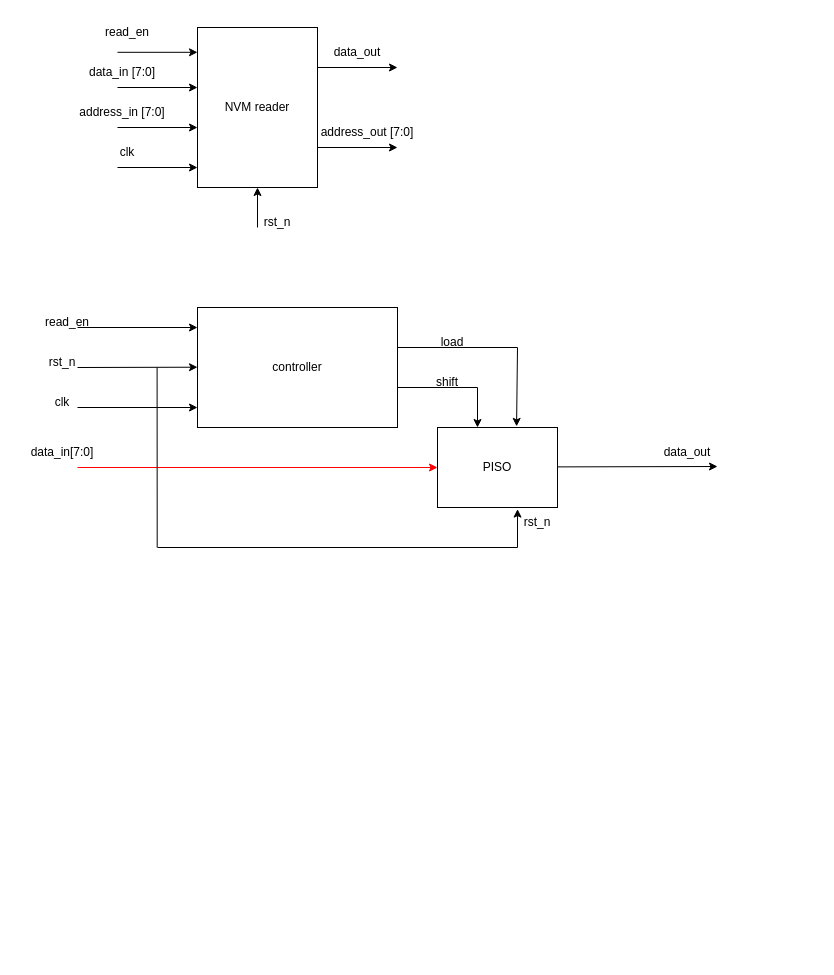
This is NVM.drawio from 106210049/NVM-reader, a draw.io file, before an edit. Source tidied: cells renumbered, new cells numbered last; positions are measured from the earlier drawing's top-left corner, leaving out a move shared by most shapes. Both pictures are drawn from the tidied source at 100%, with x=0, y=0 at pixel (17, 17).
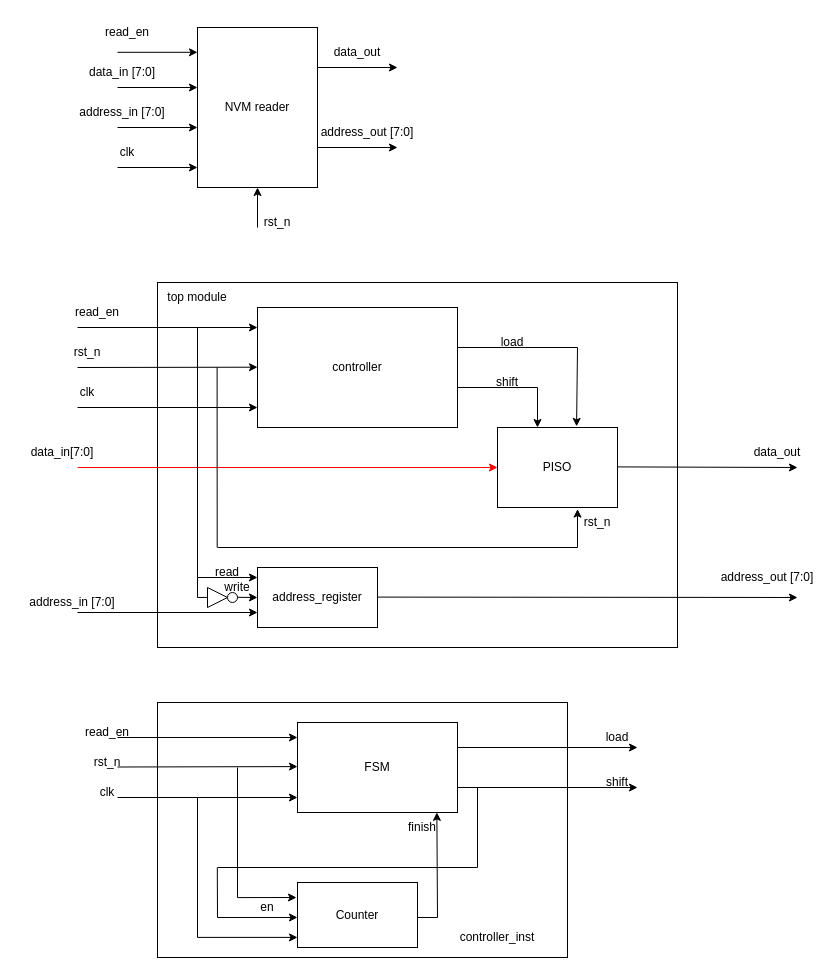
The same page after the edit.

What changed in the source:
```diff
@@
+    <mxCell id="39" style="rounded=0;whiteSpace=wrap;html=1;" parent="1" vertex="1">
+      <mxGeometry x="140" y="685" width="410" height="255" as="geometry" />
+    </mxCell>
+    <mxCell id="40" style="rounded=0;whiteSpace=wrap;html=1;" parent="1" vertex="1">
+      <mxGeometry x="140" y="265" width="520" height="365" as="geometry" />
+    </mxCell>
@@
     <mxCell id="15" value="controller" style="rounded=0;whiteSpace=wrap;html=1;" parent="1" vertex="1">
-      <mxGeometry x="180" y="290" width="200" height="120" as="geometry" />
+      <mxGeometry x="240" y="290" width="200" height="120" as="geometry" />
     </mxCell>
     <mxCell id="16" value="PISO" style="rounded=0;whiteSpace=wrap;html=1;" parent="1" vertex="1">
-      <mxGeometry x="420" y="410" width="120" height="80" as="geometry" />
+      <mxGeometry x="480" y="410" width="120" height="80" as="geometry" />
     </mxCell>
     <mxCell id="17" style="endArrow=classic;html=1;rounded=0;" parent="1" edge="1">
       <mxGeometry relative="1" as="geometry">
         <mxPoint x="60" y="390" as="sourcePoint" />
-        <mxPoint x="180" y="390" as="targetPoint" />
+        <mxPoint x="240" y="390" as="targetPoint" />
       </mxGeometry>
     </mxCell>
     <mxCell id="18" value="clk" style="text;strokeColor=none;align=center;fillColor=none;html=1;verticalAlign=middle;whiteSpace=wrap;rounded=0;" parent="1" vertex="1">
-      <mxGeometry x="15" y="370" width="60" height="30" as="geometry" />
+      <mxGeometry x="40" y="360" width="60" height="30" as="geometry" />
     </mxCell>
     <mxCell id="19" value="read_en" style="text;strokeColor=none;align=center;fillColor=none;html=1;verticalAlign=middle;whiteSpace=wrap;rounded=0;" parent="1" vertex="1">
-      <mxGeometry x="20" y="290" width="60" height="30" as="geometry" />
+      <mxGeometry x="50" y="280" width="60" height="30" as="geometry" />
     </mxCell>
     <mxCell id="20" style="endArrow=classic;html=1;rounded=0;" parent="1" edge="1">
       <mxGeometry relative="1" as="geometry">
         <mxPoint x="60" y="310" as="sourcePoint" />
-        <mxPoint x="180" y="310" as="targetPoint" />
+        <mxPoint x="240" y="310" as="targetPoint" />
       </mxGeometry>
     </mxCell>
@@
     <mxCell id="23" style="endArrow=classic;html=1;rounded=0;" parent="1" edge="1">
       <mxGeometry relative="1" as="geometry">
         <mxPoint x="60" y="350" as="sourcePoint" />
-        <mxPoint x="180" y="349.7" as="targetPoint" />
+        <mxPoint x="240" y="349.7" as="targetPoint" />
       </mxGeometry>
     </mxCell>
     <mxCell id="24" value="rst_n" style="text;strokeColor=none;align=center;fillColor=none;html=1;verticalAlign=middle;whiteSpace=wrap;rounded=0;" parent="1" vertex="1">
-      <mxGeometry x="15" y="330" width="60" height="30" as="geometry" />
+      <mxGeometry x="40" y="320" width="60" height="30" as="geometry" />
     </mxCell>
@@
     <mxCell id="27" style="endArrow=classic;html=1;rounded=0;" parent="1" edge="1">
       <mxGeometry relative="1" as="geometry">
-        <mxPoint x="540" y="449.4" as="sourcePoint" />
-        <mxPoint x="700" y="449" as="targetPoint" />
+        <mxPoint x="600" y="449.4" as="sourcePoint" />
+        <mxPoint x="780" y="450" as="targetPoint" />
       </mxGeometry>
     </mxCell>
     <mxCell id="28" value="data_out" style="text;strokeColor=none;align=center;fillColor=none;html=1;verticalAlign=middle;whiteSpace=wrap;rounded=0;" parent="1" vertex="1">
-      <mxGeometry x="640" y="420" width="60" height="30" as="geometry" />
+      <mxGeometry x="730" y="420" width="60" height="30" as="geometry" />
     </mxCell>
     <mxCell id="29" style="endArrow=none;html=1;rounded=0;" parent="1" edge="1">
       <mxGeometry relative="1" as="geometry">
-        <mxPoint x="380" y="370" as="sourcePoint" />
-        <mxPoint x="460" y="370" as="targetPoint" />
+        <mxPoint x="440" y="370" as="sourcePoint" />
+        <mxPoint x="520" y="370" as="targetPoint" />
       </mxGeometry>
     </mxCell>
     <mxCell id="30" style="endArrow=classic;html=1;rounded=0;" parent="1" edge="1">
       <mxGeometry relative="1" as="geometry">
-        <mxPoint x="460" y="370" as="sourcePoint" />
-        <mxPoint x="460" y="410" as="targetPoint" />
+        <mxPoint x="520" y="370" as="sourcePoint" />
+        <mxPoint x="520" y="410" as="targetPoint" />
       </mxGeometry>
     </mxCell>
     <mxCell id="31" value="shift" style="text;strokeColor=none;align=center;fillColor=none;html=1;verticalAlign=middle;whiteSpace=wrap;rounded=0;" parent="1" vertex="1">
-      <mxGeometry x="400" y="350" width="60" height="30" as="geometry" />
+      <mxGeometry x="460" y="350" width="60" height="30" as="geometry" />
     </mxCell>
     <mxCell id="32" style="endArrow=none;html=1;rounded=0;" parent="1" edge="1">
       <mxGeometry relative="1" as="geometry">
-        <mxPoint x="380" y="330" as="sourcePoint" />
-        <mxPoint x="500" y="330" as="targetPoint" />
+        <mxPoint x="440" y="330" as="sourcePoint" />
+        <mxPoint x="560" y="330" as="targetPoint" />
       </mxGeometry>
     </mxCell>
     <mxCell id="33" style="endArrow=classic;html=1;rounded=0;entryX=0.659;entryY=-0.014;entryDx=0;entryDy=0;entryPerimeter=0;" parent="1" edge="1" target="16">
       <mxGeometry relative="1" as="geometry">
-        <mxPoint x="500" y="330" as="sourcePoint" />
+        <mxPoint x="560" y="330" as="sourcePoint" />
       </mxGeometry>
     </mxCell>
     <mxCell id="34" value="load" style="text;strokeColor=none;align=center;fillColor=none;html=1;verticalAlign=middle;whiteSpace=wrap;rounded=0;" parent="1" vertex="1">
-      <mxGeometry x="405" y="310" width="60" height="30" as="geometry" />
+      <mxGeometry x="465" y="310" width="60" height="30" as="geometry" />
     </mxCell>
     <mxCell id="35" style="endArrow=none;html=1;rounded=0;" parent="1" edge="1">
       <mxGeometry relative="1" as="geometry">
-        <mxPoint x="139.7" y="530" as="sourcePoint" />
-        <mxPoint x="139.6" y="350" as="targetPoint" />
+        <mxPoint x="199.7" y="530" as="sourcePoint" />
+        <mxPoint x="199.6" y="350" as="targetPoint" />
       </mxGeometry>
     </mxCell>
     <mxCell id="36" style="endArrow=none;html=1;rounded=0;" parent="1" edge="1">
       <mxGeometry relative="1" as="geometry">
-        <mxPoint x="140" y="530" as="sourcePoint" />
-        <mxPoint x="500" y="530" as="targetPoint" />
+        <mxPoint x="200" y="530" as="sourcePoint" />
+        <mxPoint x="560" y="530" as="targetPoint" />
       </mxGeometry>
     </mxCell>
     <mxCell id="37" style="endArrow=classic;html=1;rounded=0;entryX=0.667;entryY=1.02;entryDx=0;entryDy=0;entryPerimeter=0;" parent="1" edge="1" target="16">
       <mxGeometry relative="1" as="geometry">
-        <mxPoint x="500" y="530" as="sourcePoint" />
+        <mxPoint x="560" y="530" as="sourcePoint" />
       </mxGeometry>
     </mxCell>
     <mxCell id="38" value="rst_n" style="text;strokeColor=none;align=center;fillColor=none;html=1;verticalAlign=middle;whiteSpace=wrap;rounded=0;" parent="1" vertex="1">
-      <mxGeometry x="490" y="490" width="60" height="30" as="geometry" />
+      <mxGeometry x="550" y="490" width="60" height="30" as="geometry" />
     </mxCell>
+    <mxCell id="41" value="address_register" style="rounded=0;whiteSpace=wrap;html=1;" parent="1" vertex="1">
+      <mxGeometry x="240" y="550" width="120" height="60" as="geometry" />
+    </mxCell>
+    <mxCell id="42" style="endArrow=none;html=1;rounded=0;" parent="1" edge="1">
+      <mxGeometry relative="1" as="geometry">
+        <mxPoint x="180" y="560" as="sourcePoint" />
+        <mxPoint x="180" y="310" as="targetPoint" />
+      </mxGeometry>
+    </mxCell>
+    <mxCell id="43" style="endArrow=classic;html=1;rounded=0;entryX=0;entryY=0.333;entryDx=0;entryDy=0;entryPerimeter=0;" parent="1" edge="1">
+      <mxGeometry relative="1" as="geometry">
+        <mxPoint x="180" y="560" as="sourcePoint" />
+        <mxPoint x="240" y="560" as="targetPoint" />
+      </mxGeometry>
+    </mxCell>
+    <mxCell id="44" value="read" style="text;strokeColor=none;align=center;fillColor=none;html=1;verticalAlign=middle;whiteSpace=wrap;rounded=0;" parent="1" vertex="1">
+      <mxGeometry x="180" y="540" width="60" height="30" as="geometry" />
+    </mxCell>
+    <mxCell id="45" style="endArrow=classic;html=1;rounded=0;" parent="1" edge="1">
+      <mxGeometry relative="1" as="geometry">
+        <mxPoint x="60" y="595" as="sourcePoint" />
+        <mxPoint x="240" y="595" as="targetPoint" />
+      </mxGeometry>
+    </mxCell>
+    <mxCell id="46" value="address_in [7:0]" style="text;strokeColor=none;align=center;fillColor=none;html=1;verticalAlign=middle;whiteSpace=wrap;rounded=0;" parent="1" vertex="1">
+      <mxGeometry x="10" y="570" width="90" height="30" as="geometry" />
+    </mxCell>
+    <mxCell id="47" style="endArrow=classic;html=1;rounded=0;" parent="1" edge="1">
+      <mxGeometry relative="1" as="geometry">
+        <mxPoint x="360" y="579.6" as="sourcePoint" />
+        <mxPoint x="780" y="580" as="targetPoint" />
+      </mxGeometry>
+    </mxCell>
+    <mxCell id="48" value="address_out [7:0]" style="text;strokeColor=none;align=center;fillColor=none;html=1;verticalAlign=middle;whiteSpace=wrap;rounded=0;" parent="1" vertex="1">
+      <mxGeometry x="700" y="545" width="100" height="30" as="geometry" />
+    </mxCell>
+    <mxCell id="49" style="triangle;whiteSpace=wrap;html=1;" parent="1" vertex="1">
+      <mxGeometry x="190" y="570" width="20" height="20" as="geometry" />
+    </mxCell>
+    <mxCell id="50" style="ellipse;whiteSpace=wrap;html=1;" parent="1" vertex="1">
+      <mxGeometry x="210" y="575" width="10" height="10" as="geometry" />
+    </mxCell>
+    <mxCell id="51" style="endArrow=none;html=1;rounded=0;" parent="1" edge="1">
+      <mxGeometry relative="1" as="geometry">
+        <mxPoint x="180" y="580" as="sourcePoint" />
+        <mxPoint x="180" y="560" as="targetPoint" />
+      </mxGeometry>
+    </mxCell>
+    <mxCell id="52" style="endArrow=classic;html=1;rounded=0;" parent="1" edge="1">
+      <mxGeometry relative="1" as="geometry">
+        <mxPoint x="220" y="579.8" as="sourcePoint" />
+        <mxPoint x="240" y="580" as="targetPoint" />
+      </mxGeometry>
+    </mxCell>
+    <mxCell id="53" style="endArrow=none;html=1;rounded=0;" parent="1" edge="1">
+      <mxGeometry relative="1" as="geometry">
+        <mxPoint x="180" y="580" as="sourcePoint" />
+        <mxPoint x="190" y="579.9" as="targetPoint" />
+      </mxGeometry>
+    </mxCell>
+    <mxCell id="54" value="write" style="text;strokeColor=none;align=center;fillColor=none;html=1;verticalAlign=middle;whiteSpace=wrap;rounded=0;" parent="1" vertex="1">
+      <mxGeometry x="190" y="555" width="60" height="30" as="geometry" />
+    </mxCell>
+    <mxCell id="55" value="FSM" style="rounded=0;whiteSpace=wrap;html=1;" parent="1" vertex="1">
+      <mxGeometry x="280" y="705" width="160" height="90" as="geometry" />
+    </mxCell>
+    <mxCell id="56" value="Counter" style="rounded=0;whiteSpace=wrap;html=1;" parent="1" vertex="1">
+      <mxGeometry x="280" y="865" width="120" height="65" as="geometry" />
+    </mxCell>
+    <mxCell id="57" value="controller_inst" style="text;strokeColor=none;align=center;fillColor=none;html=1;verticalAlign=middle;whiteSpace=wrap;rounded=0;" parent="1" vertex="1">
+      <mxGeometry x="450" y="905" width="60" height="30" as="geometry" />
+    </mxCell>
+    <mxCell id="58" style="endArrow=classic;html=1;rounded=0;" parent="1" edge="1">
+      <mxGeometry relative="1" as="geometry">
+        <mxPoint x="100" y="780" as="sourcePoint" />
+        <mxPoint x="280" y="780" as="targetPoint" />
+      </mxGeometry>
+    </mxCell>
+    <mxCell id="59" style="endArrow=classic;html=1;rounded=0;" parent="1" edge="1">
+      <mxGeometry relative="1" as="geometry">
+        <mxPoint x="100" y="720" as="sourcePoint" />
+        <mxPoint x="280" y="720" as="targetPoint" />
+      </mxGeometry>
+    </mxCell>
+    <mxCell id="60" style="endArrow=classic;html=1;rounded=0;" parent="1" edge="1">
+      <mxGeometry relative="1" as="geometry">
+        <mxPoint x="100" y="749.5" as="sourcePoint" />
+        <mxPoint x="280" y="749.1" as="targetPoint" />
+      </mxGeometry>
+    </mxCell>
+    <mxCell id="61" value="read_en" style="text;strokeColor=none;align=center;fillColor=none;html=1;verticalAlign=middle;whiteSpace=wrap;rounded=0;" parent="1" vertex="1">
+      <mxGeometry x="60" y="700" width="60" height="30" as="geometry" />
+    </mxCell>
+    <mxCell id="62" value="rst_n" style="text;strokeColor=none;align=center;fillColor=none;html=1;verticalAlign=middle;whiteSpace=wrap;rounded=0;" parent="1" vertex="1">
+      <mxGeometry x="60" y="730" width="60" height="30" as="geometry" />
+    </mxCell>
+    <mxCell id="63" value="clk" style="text;strokeColor=none;align=center;fillColor=none;html=1;verticalAlign=middle;whiteSpace=wrap;rounded=0;" parent="1" vertex="1">
+      <mxGeometry x="60" y="760" width="60" height="30" as="geometry" />
+    </mxCell>
+    <mxCell id="64" style="endArrow=classic;html=1;rounded=0;" parent="1" edge="1">
+      <mxGeometry relative="1" as="geometry">
+        <mxPoint x="440" y="730" as="sourcePoint" />
+        <mxPoint x="620" y="730" as="targetPoint" />
+      </mxGeometry>
+    </mxCell>
+    <mxCell id="65" style="endArrow=classic;html=1;rounded=0;" parent="1" edge="1">
+      <mxGeometry relative="1" as="geometry">
+        <mxPoint x="440" y="770" as="sourcePoint" />
+        <mxPoint x="620" y="770" as="targetPoint" />
+      </mxGeometry>
+    </mxCell>
+    <mxCell id="66" value="load" style="text;strokeColor=none;align=center;fillColor=none;html=1;verticalAlign=middle;whiteSpace=wrap;rounded=0;" parent="1" vertex="1">
+      <mxGeometry x="570" y="705" width="60" height="30" as="geometry" />
+    </mxCell>
+    <mxCell id="67" value="shift" style="text;strokeColor=none;align=center;fillColor=none;html=1;verticalAlign=middle;whiteSpace=wrap;rounded=0;" parent="1" vertex="1">
+      <mxGeometry x="570" y="750" width="60" height="30" as="geometry" />
+    </mxCell>
+    <mxCell id="68" style="endArrow=none;html=1;rounded=0;" parent="1" edge="1">
+      <mxGeometry relative="1" as="geometry">
+        <mxPoint x="180" y="920" as="sourcePoint" />
+        <mxPoint x="180" y="780" as="targetPoint" />
+      </mxGeometry>
+    </mxCell>
+    <mxCell id="69" style="endArrow=classic;html=1;rounded=0;entryX=0;entryY=0.75;entryDx=0;entryDy=0;" parent="1" edge="1">
+      <mxGeometry relative="1" as="geometry">
+        <mxPoint x="180" y="919.9" as="sourcePoint" />
+        <mxPoint x="280" y="919.9" as="targetPoint" />
+      </mxGeometry>
+    </mxCell>
+    <mxCell id="70" style="endArrow=none;html=1;rounded=0;" parent="1" edge="1">
+      <mxGeometry relative="1" as="geometry">
+        <mxPoint x="220" y="880" as="sourcePoint" />
+        <mxPoint x="220" y="750" as="targetPoint" />
+      </mxGeometry>
+    </mxCell>
+    <mxCell id="71" style="endArrow=classic;html=1;rounded=0;entryX=-0.008;entryY=0.081;entryDx=0;entryDy=0;entryPerimeter=0;" parent="1" edge="1">
+      <mxGeometry relative="1" as="geometry">
+        <mxPoint x="220" y="880.1" as="sourcePoint" />
+        <mxPoint x="279" y="880" as="targetPoint" />
+      </mxGeometry>
+    </mxCell>
+    <mxCell id="72" style="endArrow=none;html=1;rounded=0;" parent="1" edge="1">
+      <mxGeometry relative="1" as="geometry">
+        <mxPoint x="460" y="850" as="sourcePoint" />
+        <mxPoint x="460" y="770" as="targetPoint" />
+      </mxGeometry>
+    </mxCell>
+    <mxCell id="73" style="endArrow=none;html=1;rounded=0;" parent="1" edge="1">
+      <mxGeometry relative="1" as="geometry">
+        <mxPoint x="200" y="850" as="sourcePoint" />
+        <mxPoint x="460" y="850" as="targetPoint" />
+      </mxGeometry>
+    </mxCell>
+    <mxCell id="74" style="endArrow=none;html=1;rounded=0;" parent="1" edge="1">
+      <mxGeometry relative="1" as="geometry">
+        <mxPoint x="200" y="900" as="sourcePoint" />
+        <mxPoint x="199.8" y="850" as="targetPoint" />
+      </mxGeometry>
+    </mxCell>
+    <mxCell id="75" style="endArrow=classic;html=1;rounded=0;entryX=0;entryY=0.538;entryDx=0;entryDy=0;entryPerimeter=0;" parent="1" edge="1" target="56">
+      <mxGeometry relative="1" as="geometry">
+        <mxPoint x="200" y="900" as="sourcePoint" />
+      </mxGeometry>
+    </mxCell>
+    <mxCell id="76" value="en" style="text;strokeColor=none;align=center;fillColor=none;html=1;verticalAlign=middle;whiteSpace=wrap;rounded=0;" parent="1" vertex="1">
+      <mxGeometry x="220" y="875" width="60" height="30" as="geometry" />
+    </mxCell>
+    <mxCell id="77" style="endArrow=none;html=1;rounded=0;exitX=1;exitY=0.538;exitDx=0;exitDy=0;exitPerimeter=0;" parent="1" edge="1" source="56">
+      <mxGeometry relative="1" as="geometry">
+        <mxPoint x="420" y="900" as="targetPoint" />
+      </mxGeometry>
+    </mxCell>
+    <mxCell id="78" style="endArrow=classic;html=1;rounded=0;entryX=0.871;entryY=0.999;entryDx=0;entryDy=0;entryPerimeter=0;" parent="1" edge="1" target="55">
+      <mxGeometry relative="1" as="geometry">
+        <mxPoint x="420" y="900" as="sourcePoint" />
+      </mxGeometry>
+    </mxCell>
+    <mxCell id="79" value="finish" style="text;strokeColor=none;align=center;fillColor=none;html=1;verticalAlign=middle;whiteSpace=wrap;rounded=0;" parent="1" vertex="1">
+      <mxGeometry x="375" y="795" width="60" height="30" as="geometry" />
+    </mxCell>
+    <mxCell id="80" value="top module" style="text;strokeColor=none;align=center;fillColor=none;html=1;verticalAlign=middle;whiteSpace=wrap;rounded=0;" parent="1" vertex="1">
+      <mxGeometry x="140" y="265" width="80" height="30" as="geometry" />
+    </mxCell>
```
